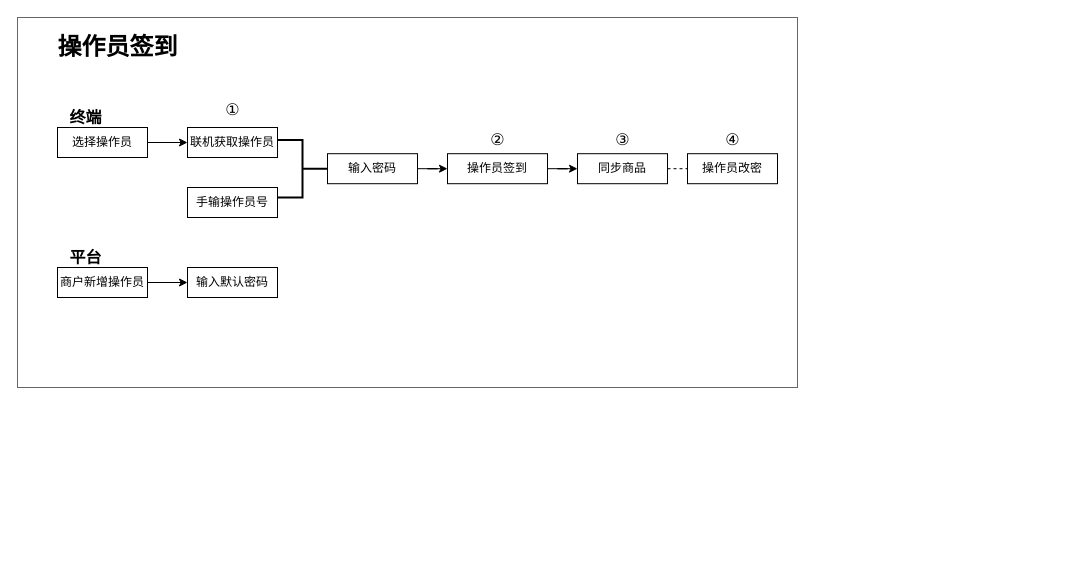
The draw.io diagram Untitled Diagram.drawio in xin78693304/mycharts, before the edit. Source tidied: cells renumbered, new cells numbered last; positions are measured from the earlier drawing's top-left corner, leaving out a move shared by most shapes. Both pictures are drawn from the tidied source at 100%, with x=0, y=0 at pixel (17, 17).
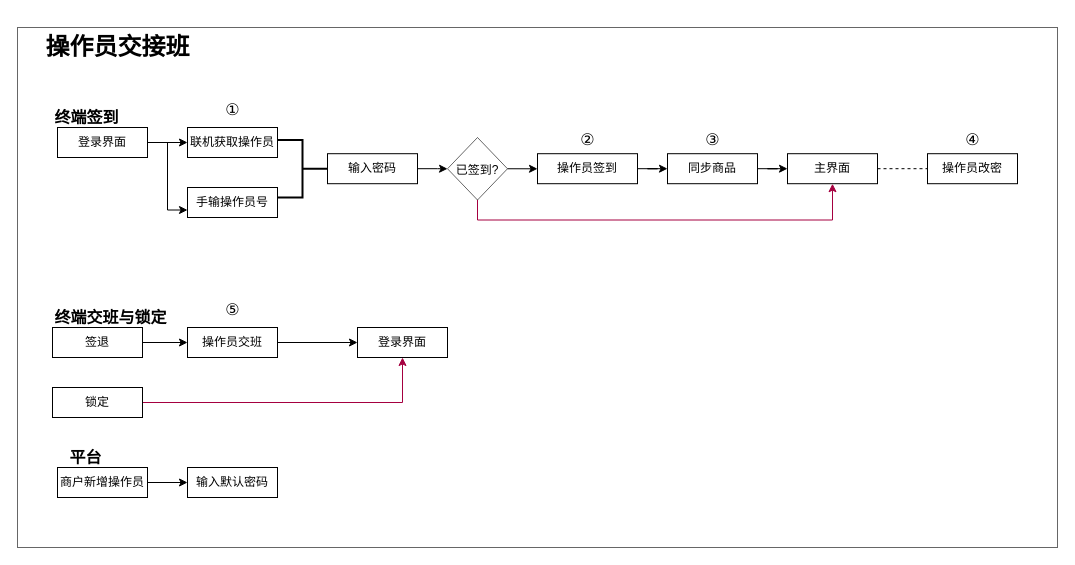
The same diagram, later.

The change refers to these unchanged cells:
```xml
<mxCell id="5" value="手输操作员号" style="rounded=0;whiteSpace=wrap;html=1;" parent="1" vertex="1">
  <mxGeometry x="170" y="170" width="90" height="30" as="geometry" />
</mxCell>
<mxCell id="8" value="输入密码" style="rounded=0;whiteSpace=wrap;html=1;" parent="1" vertex="1">
  <mxGeometry x="310" y="136.2" width="90" height="30" as="geometry" />
</mxCell>
```

The edit, as a diff of the source:
```diff
@@
     <mxCell id="2" style="rounded=0;whiteSpace=wrap;html=1;fillColor=none;opacity=60;glass=0;" parent="1" vertex="1">
-      <mxGeometry width="780" height="370" as="geometry" />
+      <mxGeometry y="10" width="1040" height="520" as="geometry" />
     </mxCell>
@@
+    <mxCell id="25" style="edgeStyle=orthogonalEdgeStyle;rounded=0;jettySize=auto;html=1;exitX=1;exitY=0.5;exitDx=0;exitDy=0;entryX=0;entryY=0.75;entryDx=0;entryDy=0;fontSize=16;" parent="1" edge="1" source="4" target="5">
+      <mxGeometry relative="1" as="geometry" />
+    </mxCell>
-    <mxCell id="4" value="选择操作员" style="rounded=0;whiteSpace=wrap;html=1;" parent="1" vertex="1">
+    <mxCell id="4" value="登录界面" style="rounded=0;whiteSpace=wrap;html=1;" parent="1" vertex="1">
       <mxGeometry x="40" y="110" width="90" height="30" as="geometry" />
     </mxCell>
@@
-    <mxCell id="7" style="edgeStyle=orthogonalEdgeStyle;rounded=0;jettySize=auto;html=1;exitX=1;exitY=0.5;exitDx=0;exitDy=0;" parent="1" edge="1" source="8" target="10">
-      <mxGeometry relative="1" as="geometry" />
-    </mxCell>
+    <mxCell id="26" style="edgeStyle=orthogonalEdgeStyle;rounded=0;jettySize=auto;html=1;exitX=1;exitY=0.5;exitDx=0;exitDy=0;fontSize=16;" parent="1" edge="1" source="8" target="39">
+      <mxGeometry relative="1" as="geometry" />
+    </mxCell>
@@
     <mxCell id="10" value="操作员签到" style="rounded=0;whiteSpace=wrap;html=1;" parent="1" vertex="1">
-      <mxGeometry x="430" y="136.2" width="100" height="30" as="geometry" />
+      <mxGeometry x="520" y="136.2" width="100" height="30" as="geometry" />
     </mxCell>
@@
-    <mxCell id="12" value="操作员签到" style="text;strokeColor=none;fillColor=none;html=1;fontSize=24;fontStyle=1;verticalAlign=middle;align=center;" parent="1" vertex="1">
+    <mxCell id="12" value="操作员交接班" style="text;strokeColor=none;fillColor=none;html=1;fontSize=24;fontStyle=1;verticalAlign=middle;align=center;" parent="1" vertex="1">
       <mxGeometry x="50" y="10" width="100" height="40" as="geometry" />
     </mxCell>
@@
     <mxCell id="14" value="&lt;span style=&quot;font-weight: normal&quot;&gt;&lt;font style=&quot;font-size: 16px&quot;&gt;②&lt;/font&gt;&lt;/span&gt;" style="text;strokeColor=none;fillColor=none;html=1;fontSize=24;fontStyle=1;verticalAlign=middle;align=center;" parent="1" vertex="1">
-      <mxGeometry x="470" y="110" width="20" height="20" as="geometry" />
+      <mxGeometry x="560" y="110" width="20" height="20" as="geometry" />
     </mxCell>
+    <mxCell id="27" style="edgeStyle=orthogonalEdgeStyle;rounded=0;jettySize=auto;html=1;exitX=1;exitY=0.5;exitDx=0;exitDy=0;fontSize=16;" parent="1" edge="1" source="15" target="36">
+      <mxGeometry relative="1" as="geometry" />
+    </mxCell>
     <mxCell id="15" value="同步商品" style="rounded=0;whiteSpace=wrap;html=1;" parent="1" vertex="1">
-      <mxGeometry x="560" y="136.2" width="90" height="30" as="geometry" />
+      <mxGeometry x="650" y="136.2" width="90" height="30" as="geometry" />
     </mxCell>
     <mxCell id="16" value="&lt;span style=&quot;font-weight: normal&quot;&gt;&lt;font style=&quot;font-size: 16px&quot;&gt;③&lt;/font&gt;&lt;/span&gt;" style="text;strokeColor=none;fillColor=none;html=1;fontSize=24;fontStyle=1;verticalAlign=middle;align=center;" parent="1" vertex="1">
-      <mxGeometry x="595" y="110" width="20" height="20" as="geometry" />
+      <mxGeometry x="685" y="110" width="20" height="20" as="geometry" />
     </mxCell>
-    <mxCell id="17" value="终端" style="text;strokeColor=none;fillColor=none;html=1;fontSize=16;fontStyle=1;verticalAlign=middle;align=center;" parent="1" vertex="1">
-      <mxGeometry x="35" y="90" width="65" height="20" as="geometry" />
+    <mxCell id="17" value="终端签到" style="text;strokeColor=none;fillColor=none;html=1;fontSize=16;fontStyle=1;verticalAlign=middle;align=center;" parent="1" vertex="1">
+      <mxGeometry x="36" y="90" width="65" height="20" as="geometry" />
     </mxCell>
     <mxCell id="18" value="平台" style="text;strokeColor=none;fillColor=none;html=1;fontSize=16;fontStyle=1;verticalAlign=middle;align=center;" parent="1" vertex="1">
-      <mxGeometry x="35" y="230" width="65" height="20" as="geometry" />
+      <mxGeometry x="35" y="430" width="65" height="20" as="geometry" />
     </mxCell>
@@
     <mxCell id="20" value="商户新增操作员" style="rounded=0;whiteSpace=wrap;html=1;" parent="1" vertex="1">
-      <mxGeometry x="40" y="250" width="90" height="30" as="geometry" />
+      <mxGeometry x="40" y="450" width="90" height="30" as="geometry" />
     </mxCell>
     <mxCell id="21" value="输入默认密码" style="rounded=0;whiteSpace=wrap;html=1;" parent="1" vertex="1">
-      <mxGeometry x="170" y="250" width="90" height="30" as="geometry" />
+      <mxGeometry x="170" y="450" width="90" height="30" as="geometry" />
     </mxCell>
     <mxCell id="22" value="操作员改密" style="rounded=0;whiteSpace=wrap;html=1;" parent="1" vertex="1">
-      <mxGeometry x="670" y="136.2" width="90" height="30" as="geometry" />
+      <mxGeometry x="910" y="136.2" width="90" height="30" as="geometry" />
     </mxCell>
-    <mxCell id="23" style="endArrow=none;dashed=1;html=1;fontSize=16;entryX=0;entryY=0.5;entryDx=0;entryDy=0;exitX=1;exitY=0.5;exitDx=0;exitDy=0;" parent="1" edge="1" source="15" target="22">
+    <mxCell id="23" style="endArrow=none;dashed=1;html=1;fontSize=16;entryX=0;entryY=0.5;entryDx=0;entryDy=0;" parent="1" edge="1" source="36" target="22">
       <mxGeometry relative="1" as="geometry" />
     </mxCell>
     <mxCell id="24" value="&lt;span style=&quot;font-weight: normal&quot;&gt;&lt;font style=&quot;font-size: 16px&quot;&gt;④&lt;/font&gt;&lt;/span&gt;" style="text;strokeColor=none;fillColor=none;html=1;fontSize=24;fontStyle=1;verticalAlign=middle;align=center;" parent="1" vertex="1">
-      <mxGeometry x="705" y="110" width="20" height="20" as="geometry" />
+      <mxGeometry x="945" y="110" width="20" height="20" as="geometry" />
     </mxCell>
+    <mxCell id="28" style="edgeStyle=orthogonalEdgeStyle;rounded=0;jettySize=auto;html=1;exitX=1;exitY=0.5;exitDx=0;exitDy=0;entryX=0;entryY=0.5;entryDx=0;entryDy=0;fontSize=16;" parent="1" edge="1" source="29" target="32">
+      <mxGeometry relative="1" as="geometry" />
+    </mxCell>
+    <mxCell id="29" value="签退" style="rounded=0;whiteSpace=wrap;html=1;" parent="1" vertex="1">
+      <mxGeometry x="35" y="310" width="90" height="30" as="geometry" />
+    </mxCell>
+    <mxCell id="30" value="终端交班与锁定" style="text;strokeColor=none;fillColor=none;html=1;fontSize=16;fontStyle=1;verticalAlign=middle;align=center;" parent="1" vertex="1">
+      <mxGeometry x="60" y="290" width="65" height="20" as="geometry" />
+    </mxCell>
+    <mxCell id="31" style="edgeStyle=orthogonalEdgeStyle;rounded=0;jettySize=auto;html=1;exitX=1;exitY=0.5;exitDx=0;exitDy=0;fontSize=16;" parent="1" edge="1" source="32" target="35">
+      <mxGeometry relative="1" as="geometry" />
+    </mxCell>
+    <mxCell id="32" value="操作员交班" style="rounded=0;whiteSpace=wrap;html=1;" parent="1" vertex="1">
+      <mxGeometry x="170" y="310" width="90" height="30" as="geometry" />
+    </mxCell>
+    <mxCell id="33" style="edgeStyle=orthogonalEdgeStyle;rounded=0;jettySize=auto;html=1;exitX=1;exitY=0.5;exitDx=0;exitDy=0;entryX=0.5;entryY=1;entryDx=0;entryDy=0;fontSize=16;fillColor=#d80073;strokeColor=#A50040;" parent="1" edge="1" source="34" target="35">
+      <mxGeometry relative="1" as="geometry" />
+    </mxCell>
+    <mxCell id="34" value="锁定" style="rounded=0;whiteSpace=wrap;html=1;" parent="1" vertex="1">
+      <mxGeometry x="35" y="370" width="90" height="30" as="geometry" />
+    </mxCell>
+    <mxCell id="35" value="登录界面" style="rounded=0;whiteSpace=wrap;html=1;" parent="1" vertex="1">
+      <mxGeometry x="340" y="310" width="90" height="30" as="geometry" />
+    </mxCell>
+    <mxCell id="36" value="主界面" style="rounded=0;whiteSpace=wrap;html=1;" parent="1" vertex="1">
+      <mxGeometry x="770" y="136.2" width="90" height="30" as="geometry" />
+    </mxCell>
+    <mxCell id="37" style="edgeStyle=orthogonalEdgeStyle;rounded=0;jettySize=auto;html=1;exitX=1;exitY=0.5;exitDx=0;exitDy=0;entryX=0;entryY=0.5;entryDx=0;entryDy=0;fontSize=16;" parent="1" edge="1" source="39" target="10">
+      <mxGeometry relative="1" as="geometry" />
+    </mxCell>
+    <mxCell id="38" style="edgeStyle=orthogonalEdgeStyle;rounded=0;jettySize=auto;html=1;exitX=0.5;exitY=1;exitDx=0;exitDy=0;entryX=0.5;entryY=1;entryDx=0;entryDy=0;fontSize=16;fillColor=#d80073;strokeColor=#A50040;" parent="1" edge="1" source="39" target="36">
+      <mxGeometry relative="1" as="geometry" />
+    </mxCell>
+    <mxCell id="39" value="&lt;font style=&quot;font-size: 12px&quot;&gt;已签到?&lt;/font&gt;" style="rhombus;whiteSpace=wrap;html=1;rounded=0;glass=0;fillColor=none;fontSize=16;opacity=60;" parent="1" vertex="1">
+      <mxGeometry x="430" y="120" width="60" height="62.5" as="geometry" />
+    </mxCell>
+    <mxCell id="40" value="&lt;span style=&quot;font-weight: normal&quot;&gt;&lt;font style=&quot;font-size: 16px&quot;&gt;⑤&lt;/font&gt;&lt;/span&gt;" style="text;strokeColor=none;fillColor=none;html=1;fontSize=24;fontStyle=1;verticalAlign=middle;align=center;" parent="1" vertex="1">
+      <mxGeometry x="205" y="280" width="20" height="20" as="geometry" />
+    </mxCell>
```
